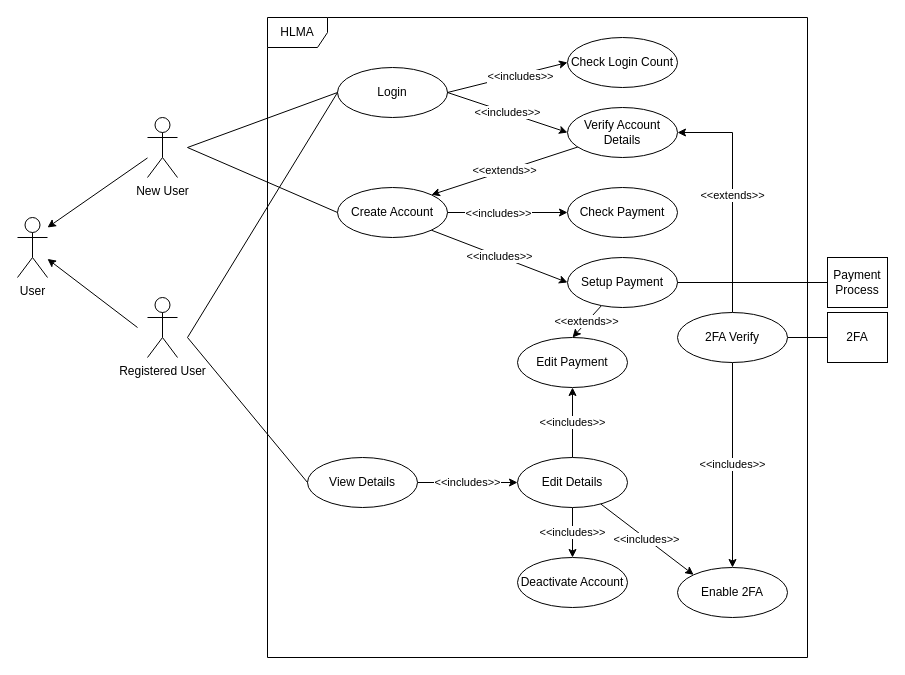
Earlier version of the draw.io diagram use_cases/usecase_user_management.drawio (onecrazygenius/ds2sen_coursework). Source tidied: cells renumbered, new cells numbered last; positions are measured from the earlier drawing's top-left corner, leaving out a move shared by most shapes. Both pictures are drawn from the tidied source at 100%, with x=0, y=0 at pixel (17, 17).
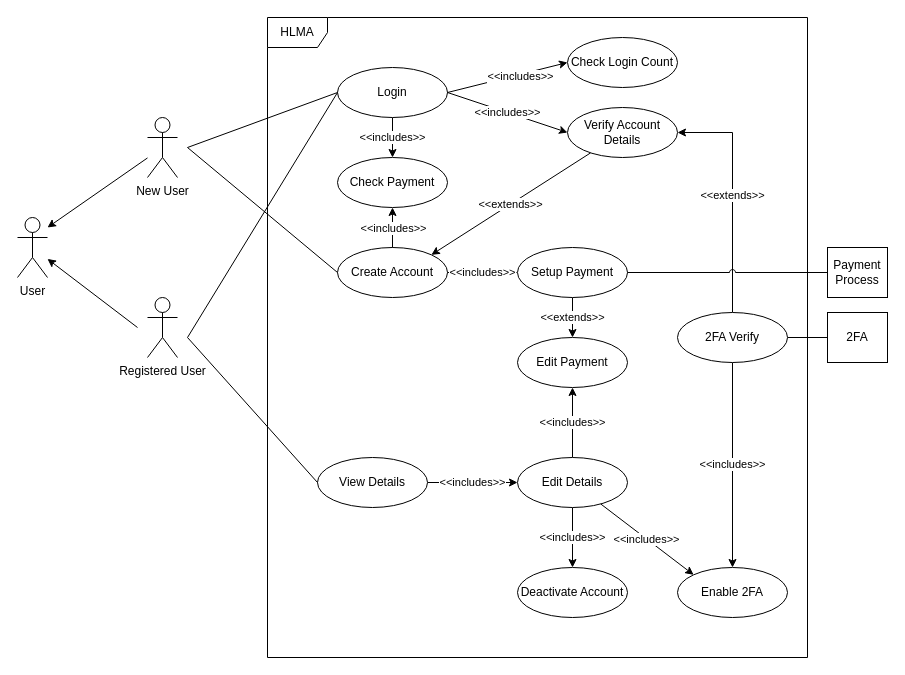
The same page after the edit.

Commit message:
Updated Use Case: user_management v1.1.0

Unchanged cells that the change refers to:
```xml
<mxCell id="9" value="Login" style="ellipse;whiteSpace=wrap;html=1;" parent="1" vertex="1">
  <mxGeometry x="320" y="50" width="110" height="50" as="geometry" />
</mxCell>
```

Diff of the diagram source:
```diff
@@
+    <mxCell id="42" value="&amp;lt;&amp;lt;includes&amp;gt;&amp;gt;" style="edgeStyle=none;rounded=0;jumpStyle=arc;jettySize=auto;html=1;entryX=0.5;entryY=0;entryDx=0;entryDy=0;startArrow=none;startFill=0;endArrow=classic;endFill=1;" parent="1" edge="1" source="9" target="16">
+      <mxGeometry relative="1" as="geometry" />
+    </mxCell>
@@
     <mxCell id="12" value="Create Account" style="ellipse;whiteSpace=wrap;html=1;" parent="1" vertex="1">
-      <mxGeometry x="320" y="170" width="110" height="50" as="geometry" />
+      <mxGeometry x="320" y="230" width="110" height="50" as="geometry" />
     </mxCell>
@@
     <mxCell id="14" value="Setup Payment" style="ellipse;whiteSpace=wrap;html=1;" parent="1" vertex="1">
-      <mxGeometry x="550" y="240" width="110" height="50" as="geometry" />
+      <mxGeometry x="500" y="230" width="110" height="50" as="geometry" />
     </mxCell>
     <mxCell id="15" value="Payment Process" style="rounded=0;whiteSpace=wrap;html=1;" parent="1" vertex="1">
-      <mxGeometry x="810" y="240" width="60" height="50" as="geometry" />
+      <mxGeometry x="810" y="230" width="60" height="50" as="geometry" />
     </mxCell>
     <mxCell id="16" value="Check Payment" style="ellipse;whiteSpace=wrap;html=1;" parent="1" vertex="1">
-      <mxGeometry x="550" y="170" width="110" height="50" as="geometry" />
+      <mxGeometry x="320" y="140" width="110" height="50" as="geometry" />
     </mxCell>
@@
     <mxCell id="18" value="View Details" style="ellipse;whiteSpace=wrap;html=1;" parent="1" vertex="1">
-      <mxGeometry x="290" y="440" width="110" height="50" as="geometry" />
+      <mxGeometry x="300" y="440" width="110" height="50" as="geometry" />
     </mxCell>
@@
     <mxCell id="23" value="Deactivate Account" style="ellipse;whiteSpace=wrap;html=1;" parent="1" vertex="1">
-      <mxGeometry x="500" y="540" width="110" height="50" as="geometry" />
+      <mxGeometry x="500" y="550" width="110" height="50" as="geometry" />
     </mxCell>
@@
-    <mxCell id="36" style="endArrow=classic;html=1;rounded=0;exitX=1;exitY=0.5;exitDx=0;exitDy=0;entryX=0;entryY=0.5;entryDx=0;entryDy=0;" parent="1" edge="1" source="12" target="16">
+    <mxCell id="36" style="endArrow=classic;html=1;rounded=0;exitX=0.5;exitY=0;exitDx=0;exitDy=0;entryX=0.5;entryY=1;entryDx=0;entryDy=0;" parent="1" edge="1" source="12" target="16">
       <mxGeometry relative="1" as="geometry" />
     </mxCell>
     <mxCell id="37" value="&amp;lt;&amp;lt;includes&amp;gt;&amp;gt;" style="edgeLabel;html=1;align=center;verticalAlign=middle;" parent="36" vertex="1">
       <mxGeometry x="-0.33" relative="1" as="geometry">
-        <mxPoint x="10" as="offset" />
+        <mxPoint y="-7" as="offset" />
       </mxGeometry>
     </mxCell>
-    <mxCell id="38" value="&amp;lt;&amp;lt;includes&amp;gt;&amp;gt;" style="endArrow=classic;html=1;rounded=0;exitX=1;exitY=1;exitDx=0;exitDy=0;entryX=0;entryY=0.5;entryDx=0;entryDy=0;" parent="1" edge="1" source="12" target="14">
+    <mxCell id="38" value="&amp;lt;&amp;lt;includes&amp;gt;&amp;gt;" style="endArrow=classic;html=1;rounded=0;exitX=1;exitY=0.5;exitDx=0;exitDy=0;entryX=0;entryY=0.5;entryDx=0;entryDy=0;" parent="1" edge="1" source="12" target="14">
       <mxGeometry relative="1" as="geometry" />
     </mxCell>
-    <mxCell id="39" style="endArrow=none;html=1;rounded=0;exitX=1;exitY=0.5;exitDx=0;exitDy=0;entryX=0;entryY=0.5;entryDx=0;entryDy=0;" parent="1" edge="1" source="14" target="15">
+    <mxCell id="39" style="endArrow=none;html=1;rounded=0;exitX=1;exitY=0.5;exitDx=0;exitDy=0;entryX=0;entryY=0.5;entryDx=0;entryDy=0;jumpStyle=arc;" parent="1" edge="1" source="14" target="15">
       <mxGeometry relative="1" as="geometry" />
     </mxCell>
```
